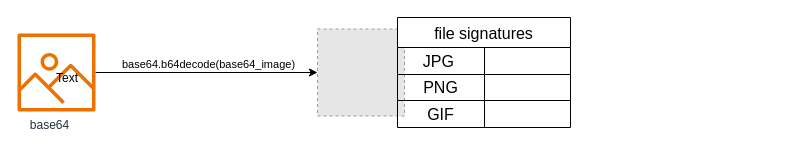
This is figures/image signatures.drawio from hashemsellat/pictora, a draw.io file, before an edit. Source tidied: cells renumbered, new cells numbered last; positions are measured from the earlier drawing's top-left corner, leaving out a move shared by most shapes. Both pictures are drawn from the tidied source at 100%, with x=0, y=0 at pixel (17, 17). Pictures stored in the file or linked from it are replaced by grey dashed boxes.
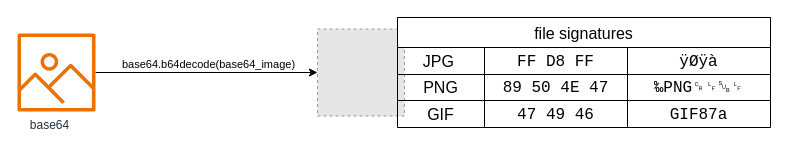
After the change.

The edit, as a diff of the source:
```diff
@@
 <mxGraphModel>
   <root>
     <mxCell id="0" />
     <mxCell id="1" parent="0" />
     <mxCell id="2" style="edgeStyle=orthogonalEdgeStyle;rounded=0;jettySize=auto;html=1;" parent="1" edge="1" source="4" target="5">
       <mxGeometry relative="1" as="geometry" />
     </mxCell>
     <mxCell id="3" value="base64.b64decode(base64_image)" style="edgeLabel;html=1;align=center;verticalAlign=middle;" parent="2" vertex="1">
       <mxGeometry x="-0.03" y="2" relative="1" as="geometry">
         <mxPoint x="4" y="-7" as="offset" />
       </mxGeometry>
     </mxCell>
     <mxCell id="4" value="base64&lt;span style=&quot;white-space: pre;&quot;&gt;&#9;&lt;/span&gt;" style="sketch=0;outlineConnect=0;fontColor=#232F3E;gradientColor=none;fillColor=#ED7100;strokeColor=none;dashed=0;verticalLabelPosition=bottom;verticalAlign=top;align=center;html=1;fontSize=12;fontStyle=0;shape=mxgraph.aws4.container_registry_image;" parent="1" vertex="1">
       <mxGeometry y="16" width="78" height="78" as="geometry" />
     </mxCell>
     <mxCell id="5" style="fillColor=#E6E6E6;strokeColor=#999999;dashed=1;html=1;verticalAlign=top;verticalLabelPosition=bottom;labelBackgroundColor=#ffffff;" parent="1" vertex="1">
       <mxGeometry x="300" y="11.5" width="87" height="87" as="geometry" />
     </mxCell>
-    <mxCell id="6" value="Text" style="text;html=1;whiteSpace=wrap;strokeColor=none;fillColor=none;align=center;verticalAlign=middle;rounded=0;" parent="1" vertex="1">
-      <mxGeometry x="20" y="46" width="60" height="30" as="geometry" />
-    </mxCell>
     <mxCell id="7" value="file signatures" style="shape=table;startSize=30;childLayout=tableLayout;strokeColor=default;fontSize=16;" parent="1" vertex="1">
-      <mxGeometry x="380" width="173" height="110" as="geometry" />
+      <mxGeometry x="380" width="373" height="110" as="geometry" />
     </mxCell>
     <mxCell id="8" style="shape=tableRow;horizontal=0;startSize=0;swimlaneHead=0;swimlaneBody=0;strokeColor=inherit;top=0;left=0;bottom=0;right=0;fillColor=none;fontSize=16;" parent="7" vertex="1">
-      <mxGeometry y="30" width="173" height="27" as="geometry" />
+      <mxGeometry y="30" width="373" height="27" as="geometry" />
     </mxCell>
     <mxCell id="9" value="JPG&lt;span style=&quot;white-space: pre;&quot;&gt;&#9;&lt;/span&gt;" style="shape=partialRectangle;html=1;whiteSpace=wrap;strokeColor=inherit;overflow=hidden;fillColor=none;top=0;left=0;bottom=0;right=0;fontSize=16;" parent="8" vertex="1">
       <mxGeometry width="87" height="27" as="geometry" />
     </mxCell>
-    <mxCell id="10" style="shape=partialRectangle;html=1;whiteSpace=wrap;strokeColor=inherit;overflow=hidden;fillColor=none;top=0;left=0;bottom=0;right=0;fontSize=16;" parent="8" vertex="1">
-      <mxGeometry x="87" width="86" height="27" as="geometry" />
+    <mxCell id="10" value="&lt;code&gt;FF D8 FF&lt;/code&gt;" style="shape=partialRectangle;html=1;whiteSpace=wrap;strokeColor=inherit;overflow=hidden;fillColor=none;top=0;left=0;bottom=0;right=0;fontSize=16;" parent="8" vertex="1">
+      <mxGeometry x="87" width="143" height="27" as="geometry" />
     </mxCell>
+    <mxCell id="17" value="&lt;code&gt;ÿØÿà&lt;/code&gt;" style="shape=partialRectangle;html=1;whiteSpace=wrap;strokeColor=inherit;overflow=hidden;fillColor=none;top=0;left=0;bottom=0;right=0;fontSize=16;" parent="8" vertex="1">
+      <mxGeometry x="230" width="143" height="27" as="geometry" />
+    </mxCell>
     <mxCell id="11" style="shape=tableRow;horizontal=0;startSize=0;swimlaneHead=0;swimlaneBody=0;strokeColor=inherit;top=0;left=0;bottom=0;right=0;fillColor=none;fontSize=16;" parent="7" vertex="1">
-      <mxGeometry y="57" width="173" height="26" as="geometry" />
+      <mxGeometry y="57" width="373" height="26" as="geometry" />
     </mxCell>
     <mxCell id="12" value="&lt;div&gt;PNG&lt;/div&gt;" style="shape=partialRectangle;html=1;whiteSpace=wrap;strokeColor=inherit;overflow=hidden;fillColor=none;top=0;left=0;bottom=0;right=0;fontSize=16;" parent="11" vertex="1">
       <mxGeometry width="87" height="26" as="geometry" />
     </mxCell>
-    <mxCell id="13" style="shape=partialRectangle;html=1;whiteSpace=wrap;strokeColor=inherit;overflow=hidden;fillColor=none;top=0;left=0;bottom=0;right=0;fontSize=16;" parent="11" vertex="1">
-      <mxGeometry x="87" width="86" height="26" as="geometry" />
+    <mxCell id="13" value="&lt;code&gt;89 50 4E 47&lt;/code&gt;" style="shape=partialRectangle;html=1;whiteSpace=wrap;strokeColor=inherit;overflow=hidden;fillColor=none;top=0;left=0;bottom=0;right=0;fontSize=16;" parent="11" vertex="1">
+      <mxGeometry x="87" width="143" height="26" as="geometry" />
     </mxCell>
+    <mxCell id="18" value="&lt;code&gt;‰PNG␍␊␚␊&lt;/code&gt;" style="shape=partialRectangle;html=1;whiteSpace=wrap;strokeColor=inherit;overflow=hidden;fillColor=none;top=0;left=0;bottom=0;right=0;fontSize=16;" parent="11" vertex="1">
+      <mxGeometry x="230" width="143" height="26" as="geometry" />
+    </mxCell>
     <mxCell id="14" style="shape=tableRow;horizontal=0;startSize=0;swimlaneHead=0;swimlaneBody=0;strokeColor=inherit;top=0;left=0;bottom=0;right=0;fillColor=none;fontSize=16;" parent="7" vertex="1">
-      <mxGeometry y="83" width="173" height="27" as="geometry" />
+      <mxGeometry y="83" width="373" height="27" as="geometry" />
     </mxCell>
     <mxCell id="15" value="GIF" style="shape=partialRectangle;html=1;whiteSpace=wrap;strokeColor=inherit;overflow=hidden;fillColor=none;top=0;left=0;bottom=0;right=0;fontSize=16;" parent="14" vertex="1">
       <mxGeometry width="87" height="27" as="geometry" />
     </mxCell>
-    <mxCell id="16" style="shape=partialRectangle;html=1;whiteSpace=wrap;strokeColor=inherit;overflow=hidden;fillColor=none;top=0;left=0;bottom=0;right=0;fontSize=16;" parent="14" vertex="1">
-      <mxGeometry x="87" width="86" height="27" as="geometry" />
+    <mxCell id="16" value="&lt;code&gt;47 49 46&lt;/code&gt;" style="shape=partialRectangle;html=1;whiteSpace=wrap;strokeColor=inherit;overflow=hidden;fillColor=none;top=0;left=0;bottom=0;right=0;fontSize=16;" parent="14" vertex="1">
+      <mxGeometry x="87" width="143" height="27" as="geometry" />
     </mxCell>
+    <mxCell id="19" value="&lt;code&gt;GIF87a&lt;/code&gt;" style="shape=partialRectangle;html=1;whiteSpace=wrap;strokeColor=inherit;overflow=hidden;fillColor=none;top=0;left=0;bottom=0;right=0;fontSize=16;" parent="14" vertex="1">
+      <mxGeometry x="230" width="143" height="27" as="geometry" />
+    </mxCell>
   </root>
 </mxGraphModel>
```
